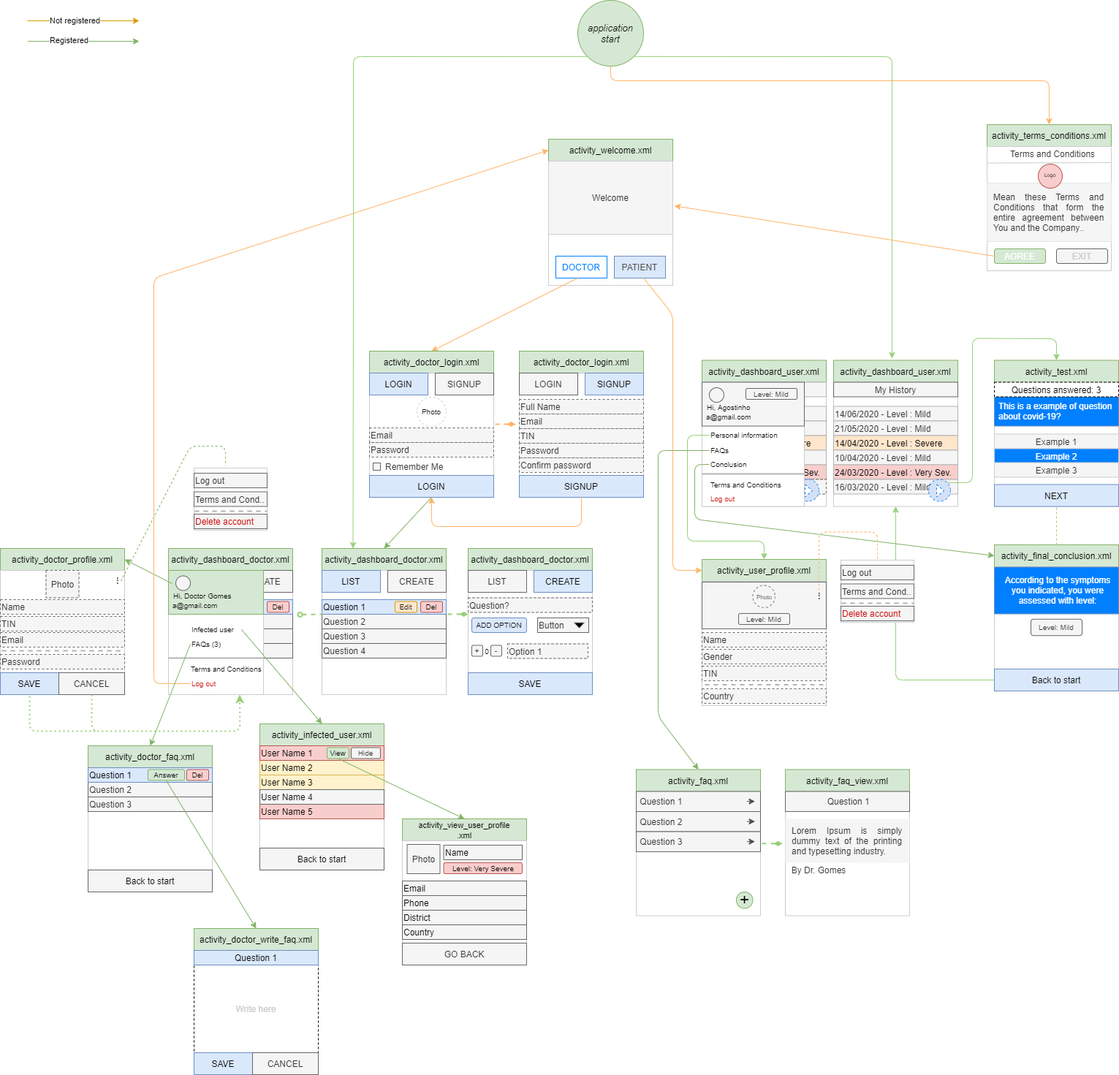
Earlier version of the draw.io export documentation/draw-nav_activity.png (agostinhoramos/Testing_COVID_19). Source tidied: cells renumbered, new cells last; positions are measured from the earlier drawing's top-left corner, leaving out a move shared by most shapes.
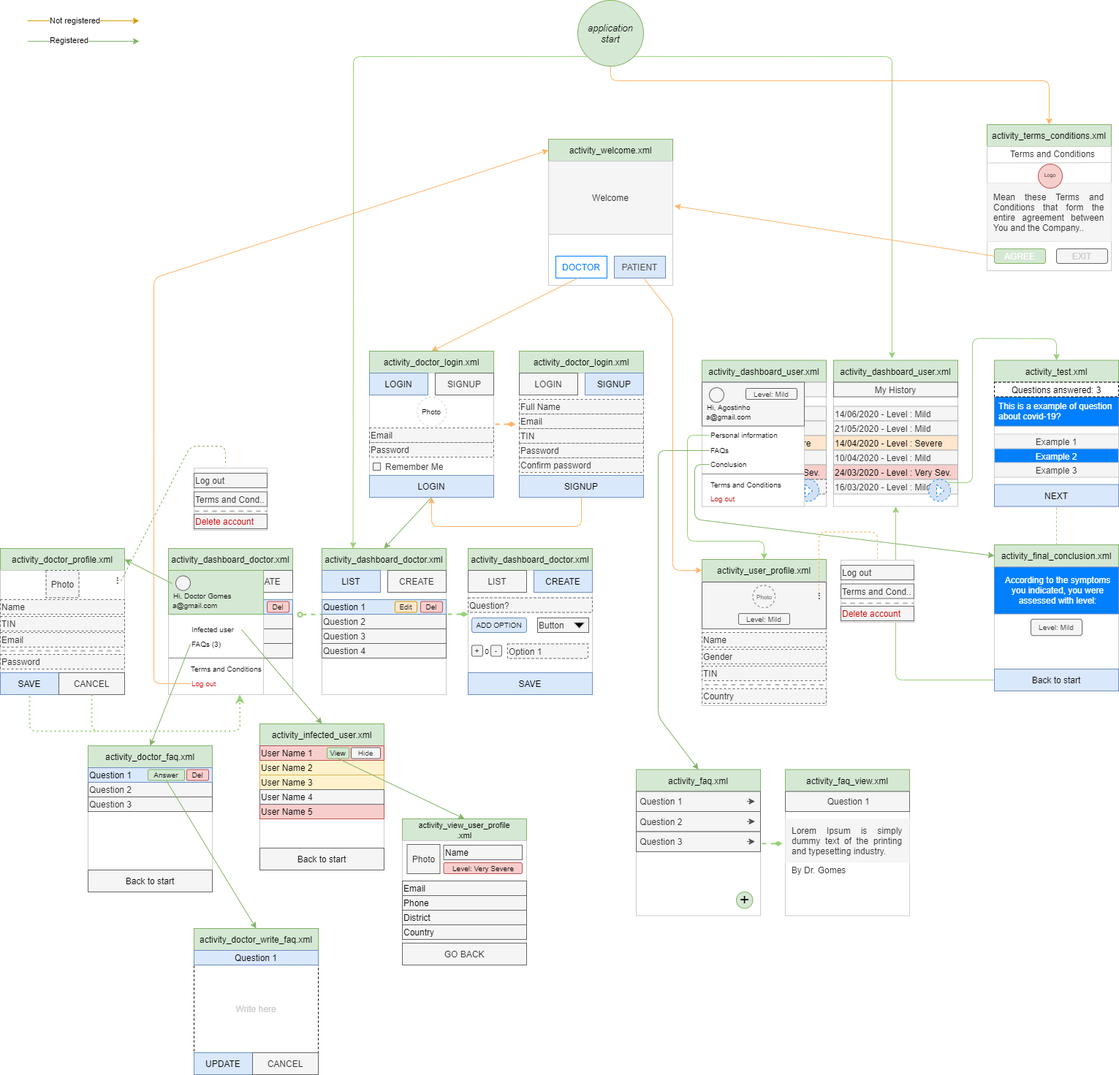
Later version of the same file.

What changed in the source:
```diff
@@ -422,7 +422,7 @@
     <mxCell id="120" value="Question 1" style="rounded=0;whiteSpace=wrap;html=1;fillColor=#dae8fc;strokeColor=#6c8ebf;align=center;" parent="1" vertex="1">
       <mxGeometry x="265" y="1300" width="170" height="20" as="geometry" />
     </mxCell>
-    <mxCell id="121" value="SAVE" style="rounded=0;whiteSpace=wrap;html=1;fillColor=#dae8fc;strokeColor=#6c8ebf;" parent="1" vertex="1">
+    <mxCell id="121" value="UPDATE" style="rounded=0;whiteSpace=wrap;html=1;fillColor=#dae8fc;strokeColor=#6c8ebf;" parent="1" vertex="1">
       <mxGeometry x="265" y="1440" width="80" height="30" as="geometry" />
     </mxCell>
     <mxCell id="122" value="CANCEL" style="rounded=0;whiteSpace=wrap;html=1;fillColor=#f5f5f5;strokeColor=#666666;fontColor=#333333;" parent="1" vertex="1">
```
